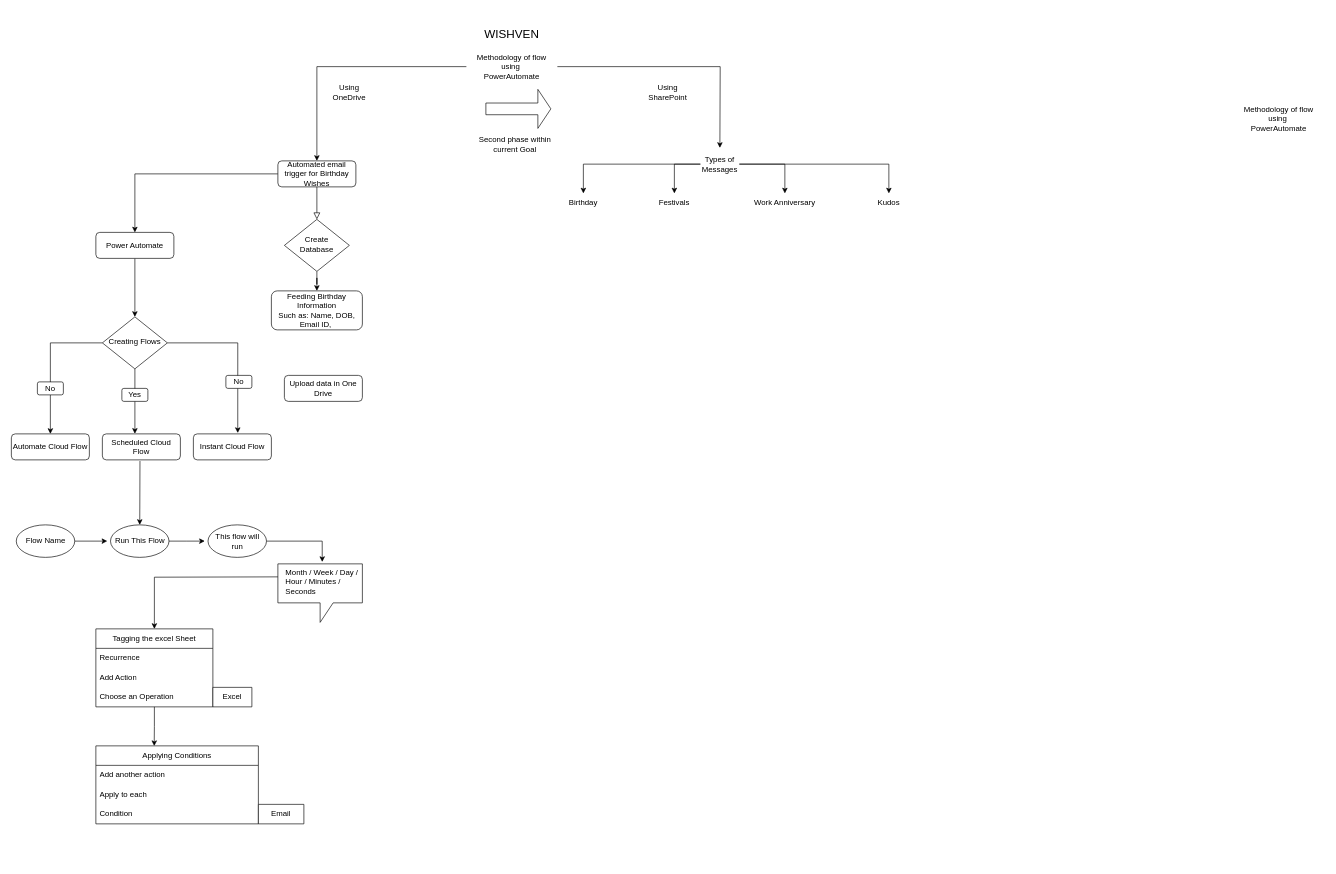
This is Untitled Diagram.drawio from Ratnavo/practicegitrd, a draw.io file, before an edit. Source tidied: cells renumbered, new cells numbered last; positions are measured from the earlier drawing's top-left corner, leaving out a move shared by most shapes. Both pictures are drawn from the tidied source at 65%, with x=0, y=0 at pixel (11, 11).
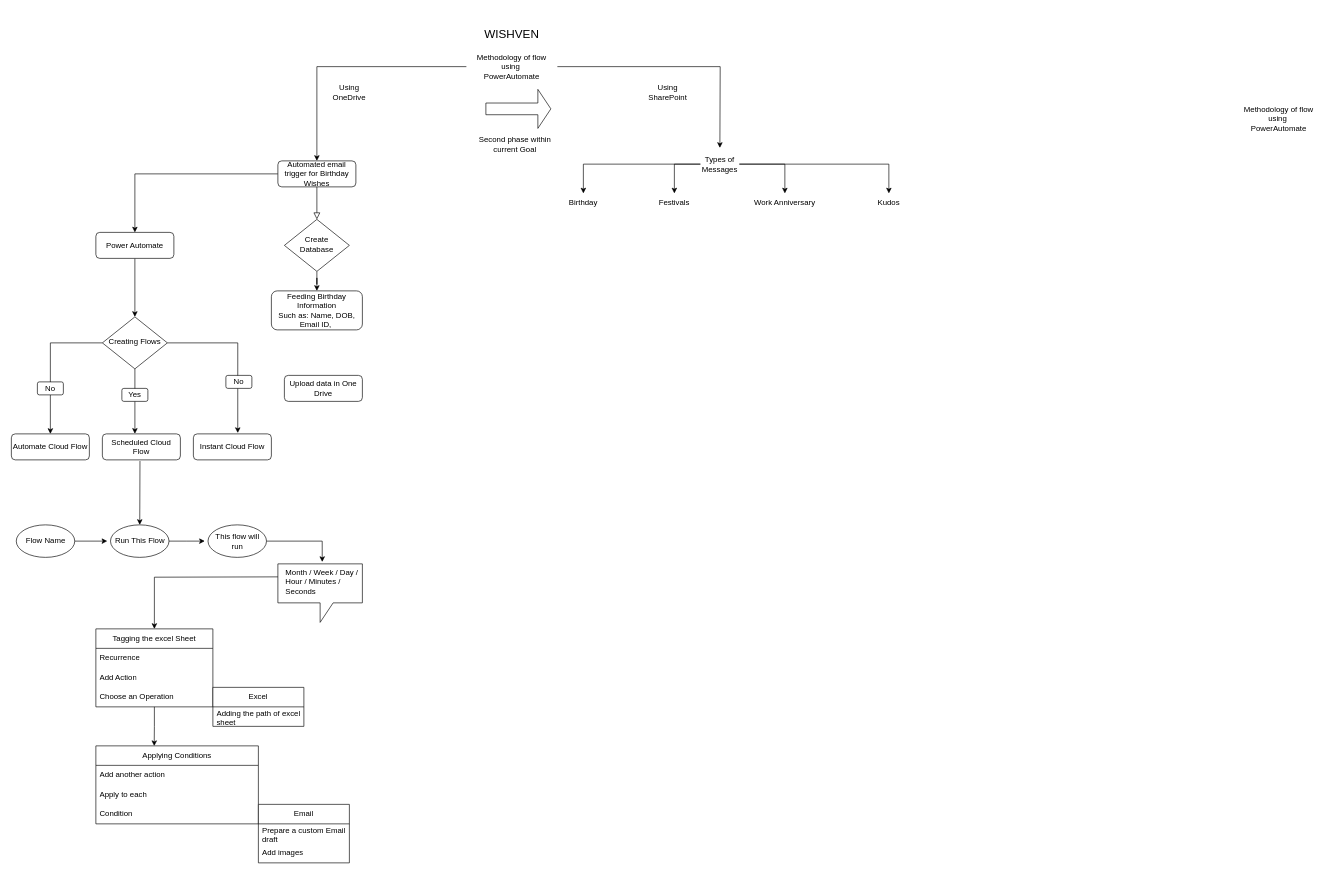
The same diagram, later.

What changed in the source:
```diff
@@
-    <mxCell id="57" value="Excel" style="swimlane;fontStyle=0;horizontal=1;startSize=30;whiteSpace=wrap;html=1;" parent="1" vertex="1" collapsed="1">
-      <mxGeometry x="310" y="1040" width="60" height="30" as="geometry" />
+    <mxCell id="57" value="Excel" style="swimlane;fontStyle=0;horizontal=1;startSize=30;whiteSpace=wrap;html=1;" parent="1" vertex="1">
+      <mxGeometry x="310" y="1040" width="140" height="60" as="geometry" />
     </mxCell>
+    <mxCell id="63" value="Adding the path of excel sheet" style="text;strokeColor=none;fillColor=none;align=left;verticalAlign=middle;spacingLeft=4;spacingRight=4;overflow=hidden;whiteSpace=wrap;html=1;" parent="57" vertex="1">
+      <mxGeometry y="30" width="140" height="30" as="geometry" />
+    </mxCell>
@@
-    <mxCell id="62" value="Email" style="swimlane;fontStyle=0;horizontal=1;startSize=30;whiteSpace=wrap;html=1;" parent="1" vertex="1" collapsed="1">
-      <mxGeometry x="380" y="1220" width="70" height="30" as="geometry" />
+    <mxCell id="62" value="Email" style="swimlane;fontStyle=0;horizontal=1;startSize=30;whiteSpace=wrap;html=1;" parent="1" vertex="1">
+      <mxGeometry x="380" y="1220" width="140" height="90" as="geometry" />
     </mxCell>
+    <mxCell id="64" value="Prepare a custom Email draft" style="text;strokeColor=none;fillColor=none;align=left;verticalAlign=middle;spacingLeft=4;spacingRight=4;overflow=hidden;whiteSpace=wrap;html=1;" parent="62" vertex="1">
+      <mxGeometry y="30" width="140" height="30" as="geometry" />
+    </mxCell>
+    <mxCell id="65" value="Add images" style="text;strokeColor=none;fillColor=none;align=left;verticalAlign=middle;spacingLeft=4;spacingRight=4;overflow=hidden;whiteSpace=wrap;html=1;" parent="62" vertex="1">
+      <mxGeometry y="60" width="140" height="30" as="geometry" />
+    </mxCell>
```
